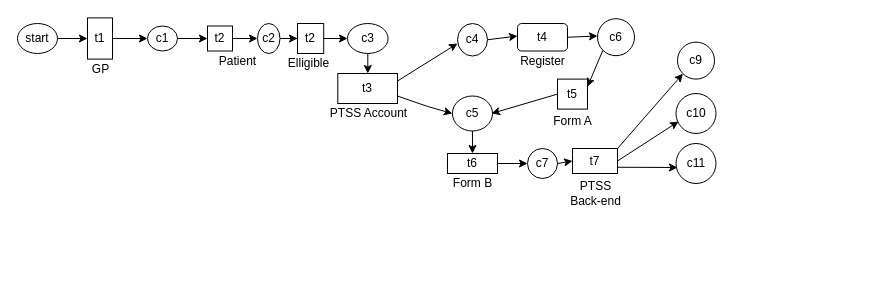
This is Untitled Diagram.drawio from Immeleo/Immeleo.github.io, a draw.io file, before an edit. Source tidied: cells renumbered, new cells numbered last; positions are measured from the earlier drawing's top-left corner, leaving out a move shared by most shapes. Both pictures are drawn from the tidied source at 100%, with x=0, y=0 at pixel (17, 17).
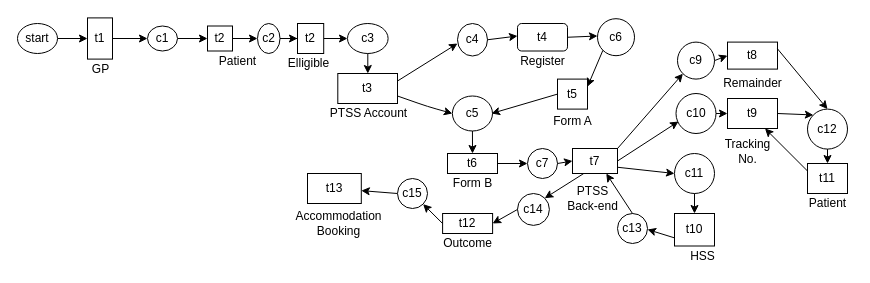
The same diagram, later.

The change refers to these unchanged cells:
```xml
<mxCell id="39" value="t7" style="rounded=0;whiteSpace=wrap;html=1;" parent="1" vertex="1">
  <mxGeometry x="555" y="131" width="45" height="25" as="geometry" />
</mxCell>
<mxCell id="41" value="c9" style="ellipse;whiteSpace=wrap;html=1;" parent="1" vertex="1">
  <mxGeometry x="660" y="24.6" width="37" height="37" as="geometry" />
</mxCell>
<mxCell id="42" value="c10" style="ellipse;whiteSpace=wrap;html=1;" parent="1" vertex="1">
  <mxGeometry x="658.5" y="76" width="40" height="40" as="geometry" />
</mxCell>
```

What changed in the source:
```diff
@@
     <mxCell id="43" value="c11" style="ellipse;whiteSpace=wrap;html=1;" parent="1" vertex="1">
-      <mxGeometry x="658.5" y="126" width="40" height="40" as="geometry" />
+      <mxGeometry x="657" y="136" width="40" height="40" as="geometry" />
     </mxCell>
@@
     <mxCell id="46" value="&lt;div&gt;PTSS &lt;br&gt;&lt;/div&gt;&lt;div&gt;Back-end&lt;/div&gt;" style="text;html=1;align=center;verticalAlign=middle;" parent="1" vertex="1">
-      <mxGeometry x="542.5" y="161" width="70" height="30" as="geometry" />
+      <mxGeometry x="540" y="166" width="70" height="30" as="geometry" />
     </mxCell>
-    <mxCell id="47" style="endArrow=classic;html=1;exitX=1;exitY=0.75;exitDx=0;exitDy=0;" parent="1" edge="1" source="39">
-      <mxGeometry relative="1" as="geometry">
-        <mxPoint x="660" y="150" as="targetPoint" />
-      </mxGeometry>
+    <mxCell id="47" style="endArrow=classic;html=1;exitX=1;exitY=0.75;exitDx=0;exitDy=0;entryX=0;entryY=0.5;entryDx=0;entryDy=0;" parent="1" edge="1" source="39" target="43">
+      <mxGeometry relative="1" as="geometry" />
     </mxCell>
+    <mxCell id="48" value="t8" style="rounded=0;whiteSpace=wrap;html=1;" parent="1" vertex="1">
+      <mxGeometry x="710" y="24.6" width="50" height="27" as="geometry" />
+    </mxCell>
+    <mxCell id="49" value="Remainder" style="text;html=1;align=center;verticalAlign=middle;" parent="1" vertex="1">
+      <mxGeometry x="700" y="56" width="70" height="20" as="geometry" />
+    </mxCell>
+    <mxCell id="50" style="endArrow=classic;html=1;exitX=1;exitY=0.5;exitDx=0;exitDy=0;entryX=0;entryY=0.5;entryDx=0;entryDy=0;" parent="1" edge="1" source="41" target="48">
+      <mxGeometry relative="1" as="geometry" />
+    </mxCell>
+    <mxCell id="51" value="t9" style="rounded=0;whiteSpace=wrap;html=1;" parent="1" vertex="1">
+      <mxGeometry x="710" y="81" width="50" height="30" as="geometry" />
+    </mxCell>
+    <mxCell id="52" style="endArrow=classic;html=1;exitX=1;exitY=0.5;exitDx=0;exitDy=0;entryX=0;entryY=0.5;entryDx=0;entryDy=0;" parent="1" edge="1" source="42" target="51">
+      <mxGeometry relative="1" as="geometry" />
+    </mxCell>
+    <mxCell id="53" value="&lt;div&gt;Tracking&lt;/div&gt;&lt;div&gt;No.&lt;br&gt;&lt;/div&gt;" style="text;html=1;align=center;verticalAlign=middle;" parent="1" vertex="1">
+      <mxGeometry x="700" y="118.5" width="60" height="30" as="geometry" />
+    </mxCell>
+    <mxCell id="54" value="t10" style="rounded=0;whiteSpace=wrap;html=1;" parent="1" vertex="1">
+      <mxGeometry x="657" y="196" width="40" height="32.5" as="geometry" />
+    </mxCell>
+    <mxCell id="55" value="HSS" style="text;html=1;align=center;verticalAlign=middle;" parent="1" vertex="1">
+      <mxGeometry x="665" y="228.5" width="40" height="20" as="geometry" />
+    </mxCell>
+    <mxCell id="56" value="c12" style="ellipse;whiteSpace=wrap;html=1;" parent="1" vertex="1">
+      <mxGeometry x="790" y="91.6" width="40" height="40" as="geometry" />
+    </mxCell>
+    <mxCell id="57" style="endArrow=classic;html=1;exitX=1;exitY=0.5;exitDx=0;exitDy=0;entryX=0;entryY=0;entryDx=0;entryDy=0;" parent="1" edge="1" source="51" target="56">
+      <mxGeometry relative="1" as="geometry" />
+    </mxCell>
+    <mxCell id="58" style="endArrow=classic;html=1;entryX=0.5;entryY=0;entryDx=0;entryDy=0;exitX=1;exitY=0.25;exitDx=0;exitDy=0;" parent="1" edge="1" source="48" target="56">
+      <mxGeometry relative="1" as="geometry" />
+    </mxCell>
+    <mxCell id="59" value="t11" style="rounded=0;whiteSpace=wrap;html=1;" parent="1" vertex="1">
+      <mxGeometry x="790" y="146" width="40" height="30" as="geometry" />
+    </mxCell>
+    <mxCell id="60" style="endArrow=classic;html=1;exitX=0.5;exitY=1;exitDx=0;exitDy=0;entryX=0.5;entryY=0;entryDx=0;entryDy=0;" parent="1" edge="1" source="56" target="59">
+      <mxGeometry relative="1" as="geometry" />
+    </mxCell>
+    <mxCell id="61" value="Patient" style="text;html=1;align=center;verticalAlign=middle;" parent="1" vertex="1">
+      <mxGeometry x="785" y="176" width="50" height="20" as="geometry" />
+    </mxCell>
+    <mxCell id="62" style="endArrow=classic;html=1;exitX=0.5;exitY=1;exitDx=0;exitDy=0;entryX=0.5;entryY=0;entryDx=0;entryDy=0;" parent="1" edge="1" source="43" target="54">
+      <mxGeometry relative="1" as="geometry" />
+    </mxCell>
+    <mxCell id="63" style="endArrow=classic;html=1;exitX=0;exitY=0.25;exitDx=0;exitDy=0;entryX=0.75;entryY=1;entryDx=0;entryDy=0;" parent="1" edge="1" source="59" target="51">
+      <mxGeometry relative="1" as="geometry" />
+    </mxCell>
+    <mxCell id="64" value="c13" style="ellipse;whiteSpace=wrap;html=1;" parent="1" vertex="1">
+      <mxGeometry x="600" y="196" width="30" height="30" as="geometry" />
+    </mxCell>
+    <mxCell id="65" style="endArrow=classic;html=1;exitX=0;exitY=0.75;exitDx=0;exitDy=0;" parent="1" edge="1" source="54">
+      <mxGeometry relative="1" as="geometry">
+        <mxPoint x="630" y="212" as="targetPoint" />
+      </mxGeometry>
+    </mxCell>
+    <mxCell id="66" style="endArrow=classic;html=1;exitX=0.5;exitY=0;exitDx=0;exitDy=0;entryX=0.75;entryY=1;entryDx=0;entryDy=0;" parent="1" edge="1" source="64" target="39">
+      <mxGeometry relative="1" as="geometry" />
+    </mxCell>
+    <mxCell id="67" value="c14" style="ellipse;whiteSpace=wrap;html=1;" parent="1" vertex="1">
+      <mxGeometry x="500" y="176" width="31.9" height="31.9" as="geometry" />
+    </mxCell>
+    <mxCell id="68" style="endArrow=classic;html=1;exitX=0.25;exitY=1;exitDx=0;exitDy=0;entryX=1;entryY=0;entryDx=0;entryDy=0;" parent="1" edge="1" source="39" target="67">
+      <mxGeometry relative="1" as="geometry" />
+    </mxCell>
+    <mxCell id="69" value="t12" style="rounded=0;whiteSpace=wrap;html=1;" parent="1" vertex="1">
+      <mxGeometry x="425.1" y="196" width="50" height="20" as="geometry" />
+    </mxCell>
+    <mxCell id="70" value="Outcome" style="text;html=1;align=center;verticalAlign=middle;" parent="1" vertex="1">
+      <mxGeometry x="420.1" y="216" width="60" height="20" as="geometry" />
+    </mxCell>
+    <mxCell id="71" style="endArrow=classic;html=1;exitX=0;exitY=0.5;exitDx=0;exitDy=0;entryX=1;entryY=0.5;entryDx=0;entryDy=0;" parent="1" edge="1" source="67" target="69">
+      <mxGeometry relative="1" as="geometry" />
+    </mxCell>
+    <mxCell id="72" value="t13" style="rounded=0;whiteSpace=wrap;html=1;" parent="1" vertex="1">
+      <mxGeometry x="290" y="156" width="53.8" height="30" as="geometry" />
+    </mxCell>
+    <mxCell id="73" value="&lt;div&gt;Accommodation&lt;/div&gt;&lt;div&gt;Booking&lt;br&gt;&lt;/div&gt;" style="text;html=1;align=center;verticalAlign=middle;" parent="1" vertex="1">
+      <mxGeometry x="270.6" y="191" width="100" height="30" as="geometry" />
+    </mxCell>
+    <mxCell id="74" style="endArrow=classic;html=1;exitX=0;exitY=0.5;exitDx=0;exitDy=0;" parent="1" edge="1" source="75" target="72">
+      <mxGeometry relative="1" as="geometry" />
+    </mxCell>
+    <mxCell id="75" value="c15" style="ellipse;whiteSpace=wrap;html=1;" parent="1" vertex="1">
+      <mxGeometry x="380" y="161" width="30" height="30" as="geometry" />
+    </mxCell>
+    <mxCell id="76" style="endArrow=classic;html=1;exitX=0;exitY=0.5;exitDx=0;exitDy=0;" parent="1" edge="1" source="69" target="75">
+      <mxGeometry relative="1" as="geometry" />
+    </mxCell>
```
